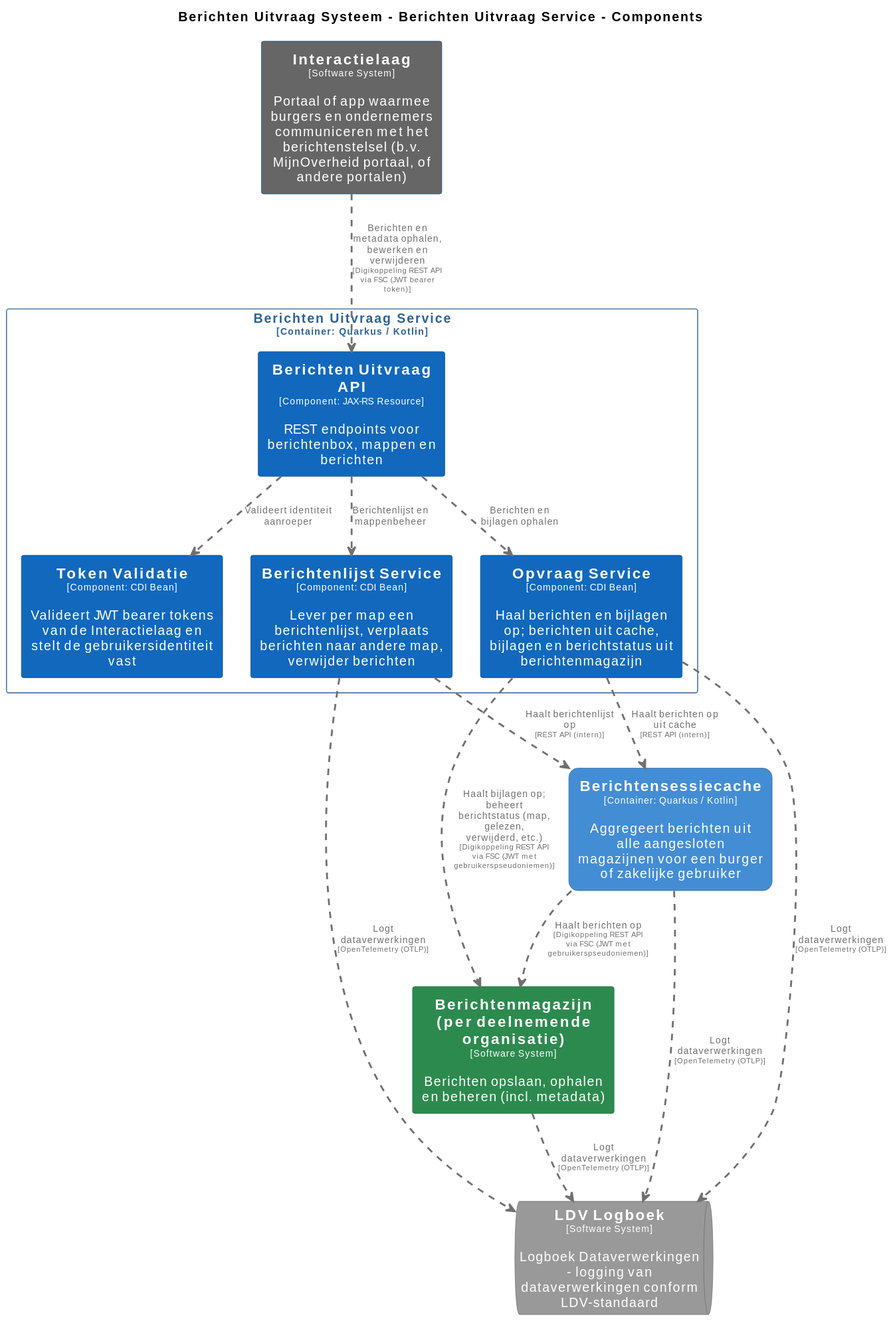
Before: pr-preview/pr-22/master/svg/BerichtenUitvraagServiceComponenten.svg, a diagram exported from PlantUML (MinBZK/moza-poc-fbs-berichtenbox). Its source is kept beside it as pr-preview/pr-22/master/puml/BerichtenUitvraagServiceComponenten.puml.
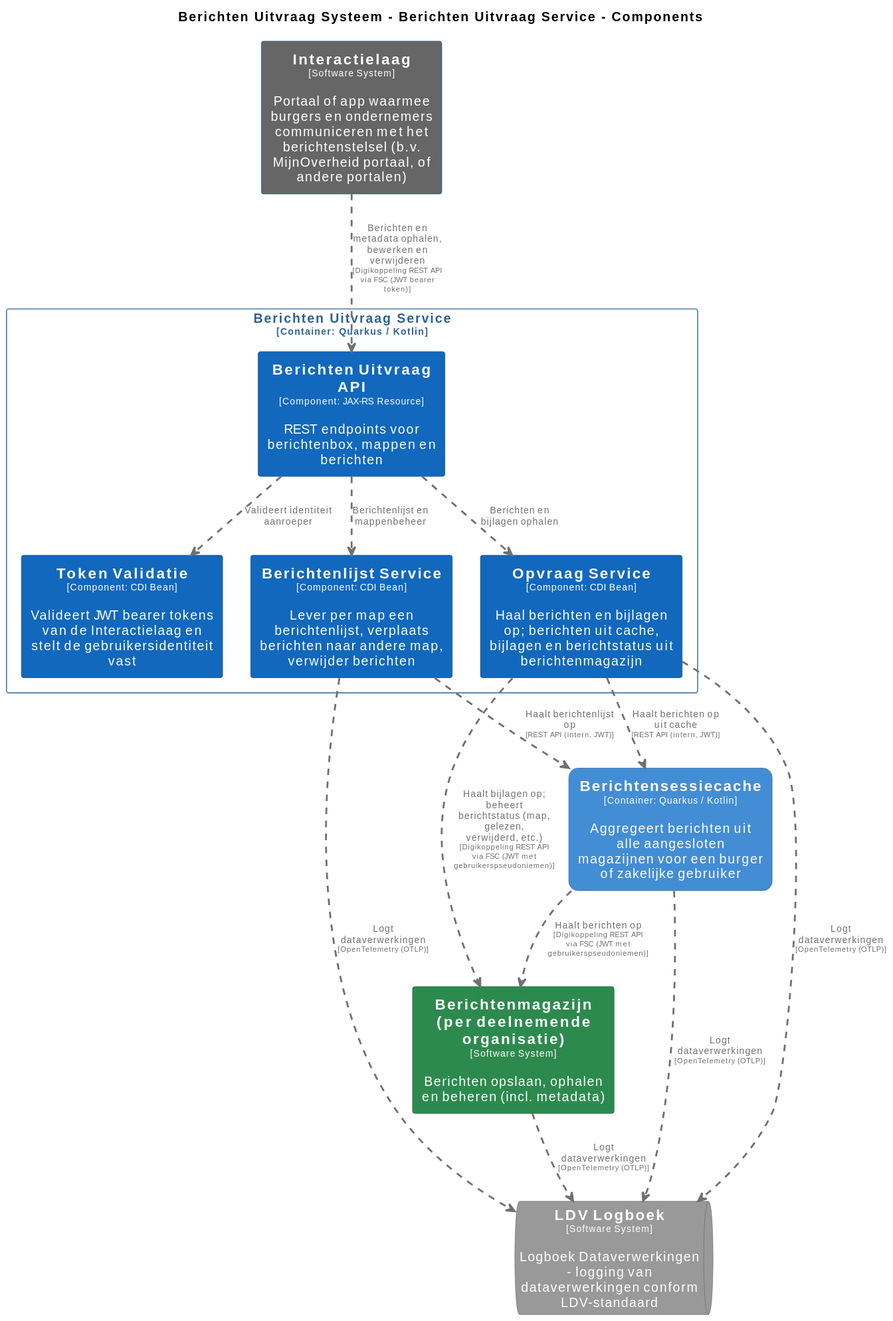
After the change.

What changed in the source:
```diff
@@ -82,6 +82,7 @@
   rectangle "==Opvraag Service\n<size:10>[Component: CDI Bean]</size>\n\nHaal berichten en bijlagen op; berichten uit cache, bijlagen en berichtstatus uit berichtenmagazijn" <<BerichtenUitvraagSysteem.BerichtenUitvraagService.OpvraagService>> as BerichtenUitvraagSysteem.BerichtenUitvraagService.OpvraagService
 }
 
+BerichtenUitvraagSysteem.Berichtensessiecache .[#707070,thickness=2].> Berichtenmagazijnperdeelnemendeorganisatie : "<color:#707070>Haalt berichten op\n<color:#707070><size:8>[Digikoppeling REST API via FSC (JWT met gebruikerspseudoniemen)]</size>"
 Berichtenmagazijnperdeelnemendeorganisatie .[#707070,thickness=2].> LDVLogboek : "<color:#707070>Logt dataverwerkingen\n<color:#707070><size:8>[OpenTelemetry (OTLP)]</size>"
 BerichtenUitvraagSysteem.Berichtensessiecache .[#707070,thickness=2].> LDVLogboek : "<color:#707070>Logt dataverwerkingen\n<color:#707070><size:8>[OpenTelemetry (OTLP)]</size>"
 BerichtenUitvraagSysteem.BerichtenUitvraagService.BerichtenlijstService .[#707070,thickness=2].> LDVLogboek : "<color:#707070>Logt dataverwerkingen\n<color:#707070><size:8>[OpenTelemetry (OTLP)]</size>"
@@ -89,9 +90,8 @@
 BerichtenUitvraagSysteem.BerichtenUitvraagService.BerichtenUitvraagAPI .[#707070,thickness=2].> BerichtenUitvraagSysteem.BerichtenUitvraagService.TokenValidatie : "<color:#707070>Valideert identiteit aanroeper"
 BerichtenUitvraagSysteem.BerichtenUitvraagService.BerichtenUitvraagAPI .[#707070,thickness=2].> BerichtenUitvraagSysteem.BerichtenUitvraagService.BerichtenlijstService : "<color:#707070>Berichtenlijst en mappenbeheer"
 BerichtenUitvraagSysteem.BerichtenUitvraagService.BerichtenUitvraagAPI .[#707070,thickness=2].> BerichtenUitvraagSysteem.BerichtenUitvraagService.OpvraagService : "<color:#707070>Berichten en bijlagen ophalen"
-BerichtenUitvraagSysteem.BerichtenUitvraagService.OpvraagService .[#707070,thickness=2].> BerichtenUitvraagSysteem.Berichtensessiecache : "<color:#707070>Haalt berichten op uit cache\n<color:#707070><size:8>[REST API (intern)]</size>"
-BerichtenUitvraagSysteem.BerichtenUitvraagService.BerichtenlijstService .[#707070,thickness=2].> BerichtenUitvraagSysteem.Berichtensessiecache : "<color:#707070>Haalt berichtenlijst op\n<color:#707070><size:8>[REST API (intern)]</size>"
+BerichtenUitvraagSysteem.BerichtenUitvraagService.OpvraagService .[#707070,thickness=2].> BerichtenUitvraagSysteem.Berichtensessiecache : "<color:#707070>Haalt berichten op uit cache\n<color:#707070><size:8>[REST API (intern, JWT)]</size>"
+BerichtenUitvraagSysteem.BerichtenUitvraagService.BerichtenlijstService .[#707070,thickness=2].> BerichtenUitvraagSysteem.Berichtensessiecache : "<color:#707070>Haalt berichtenlijst op\n<color:#707070><size:8>[REST API (intern, JWT)]</size>"
 Interactielaag .[#707070,thickness=2].> BerichtenUitvraagSysteem.BerichtenUitvraagService.BerichtenUitvraagAPI : "<color:#707070>Berichten en metadata ophalen, bewerken en verwijderen\n<color:#707070><size:8>[Digikoppeling REST API via FSC (JWT bearer token)]</size>"
 BerichtenUitvraagSysteem.BerichtenUitvraagService.OpvraagService .[#707070,thickness=2].> Berichtenmagazijnperdeelnemendeorganisatie : "<color:#707070>Haalt bijlagen op; beheert berichtstatus (map, gelezen, verwijderd, etc.)\n<color:#707070><size:8>[Digikoppeling REST API via FSC (JWT met gebruikerspseudoniemen)]</size>"
-BerichtenUitvraagSysteem.Berichtensessiecache .[#707070,thickness=2].> Berichtenmagazijnperdeelnemendeorganisatie : "<color:#707070>Haalt berichten op\n<color:#707070><size:8>[Digikoppeling REST API via FSC (JWT met gebruikerspseudoniemen)]</size>"
 @enduml
```
